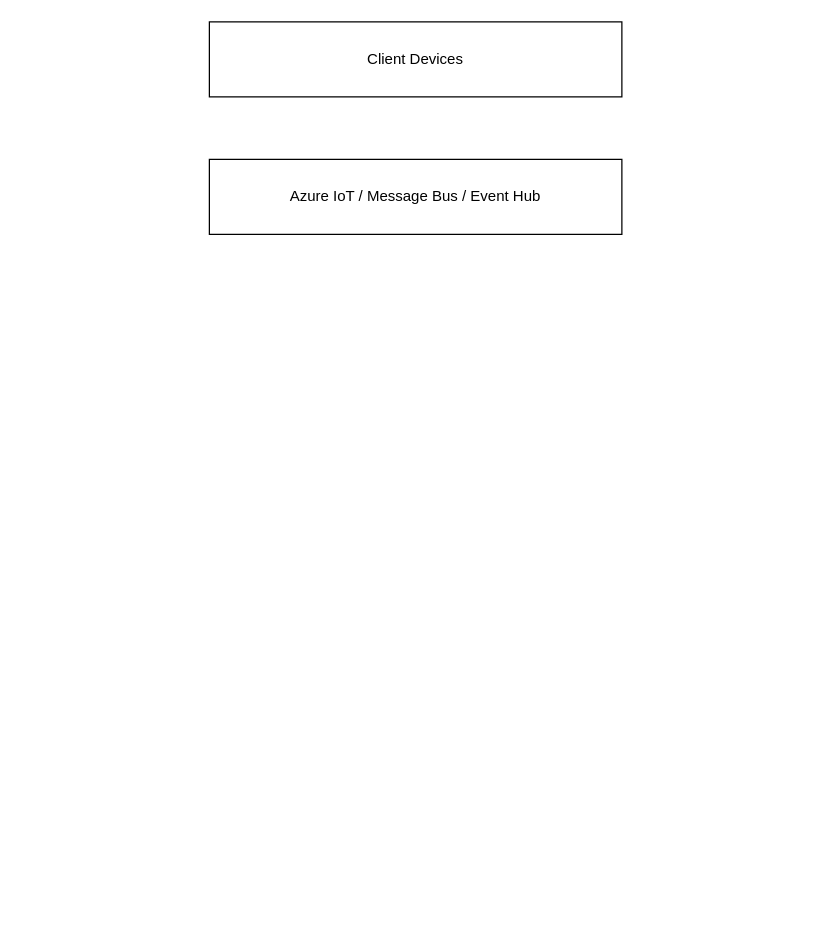
Above: 8917-assignment.drawio in fatcong2023/draw (draw.io), before the change. Source tidied: cells renumbered, new cells numbered last; positions are measured from the earlier drawing's top-left corner, leaving out a move shared by most shapes. Both pictures are drawn from the tidied source at 125%, with x=0, y=0 at pixel (209, 21).
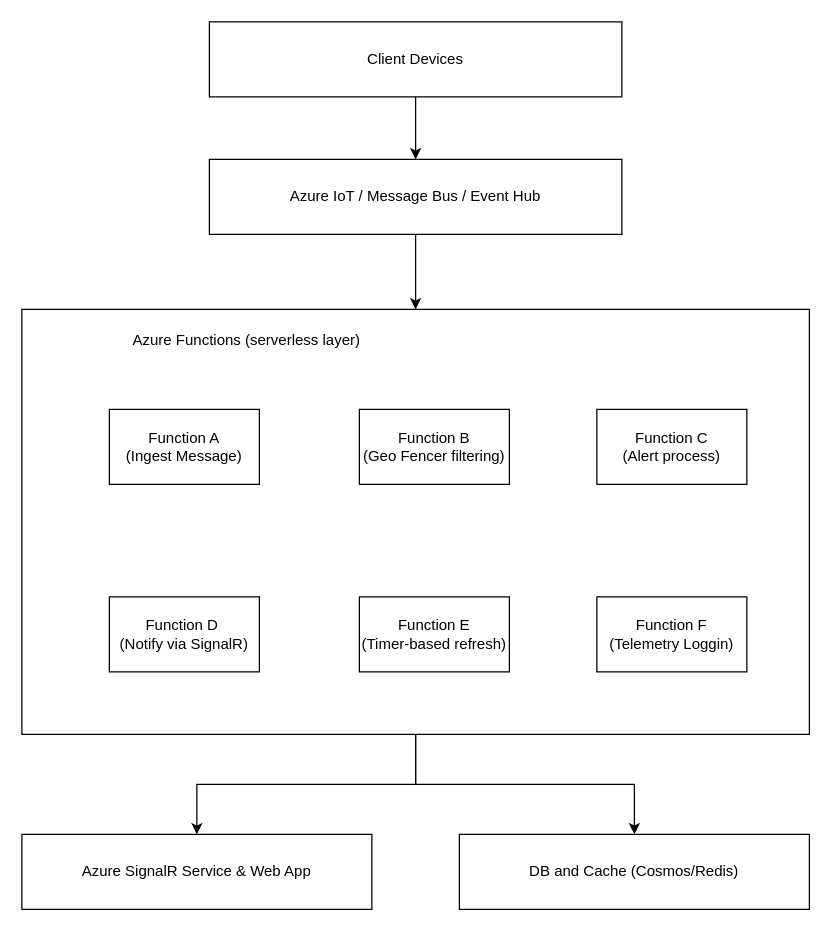
The same diagram, later.

Diff of the diagram source:
```diff
@@
 <mxGraphModel>
   <root>
     <mxCell id="0" />
     <mxCell id="1" parent="0" />
+    <mxCell id="4" style="edgeStyle=orthogonalEdgeStyle;rounded=0;jettySize=auto;html=1;" parent="1" edge="1" source="2" target="3">
+      <mxGeometry relative="1" as="geometry" />
+    </mxCell>
     <mxCell id="2" value="Client Devices" style="rounded=0;whiteSpace=wrap;html=1;" parent="1" vertex="1">
       <mxGeometry width="330" height="60" as="geometry" />
     </mxCell>
+    <mxCell id="5" style="edgeStyle=orthogonalEdgeStyle;rounded=0;jettySize=auto;html=1;entryX=0.5;entryY=0;entryDx=0;entryDy=0;" parent="1" edge="1" source="3" target="8">
+      <mxGeometry relative="1" as="geometry" />
+    </mxCell>
     <mxCell id="3" value="Azure IoT / Message Bus / Event Hub" style="rounded=0;whiteSpace=wrap;html=1;" parent="1" vertex="1">
       <mxGeometry y="110" width="330" height="60" as="geometry" />
     </mxCell>
+    <mxCell id="6" style="edgeStyle=orthogonalEdgeStyle;rounded=0;jettySize=auto;html=1;" parent="1" edge="1" source="8" target="16">
+      <mxGeometry relative="1" as="geometry" />
+    </mxCell>
+    <mxCell id="7" style="edgeStyle=orthogonalEdgeStyle;rounded=0;jettySize=auto;html=1;" parent="1" edge="1" source="8" target="17">
+      <mxGeometry relative="1" as="geometry" />
+    </mxCell>
+    <mxCell id="8" style="rounded=0;whiteSpace=wrap;html=1;" parent="1" vertex="1">
+      <mxGeometry x="-150" y="230" width="630" height="340" as="geometry" />
+    </mxCell>
+    <mxCell id="9" value="Function A&lt;div&gt;(Ingest Message)&lt;/div&gt;" style="rounded=0;whiteSpace=wrap;html=1;" parent="1" vertex="1">
+      <mxGeometry x="-80" y="310" width="120" height="60" as="geometry" />
+    </mxCell>
+    <mxCell id="10" value="Azure Functions (serverless layer)" style="text;html=1;align=center;verticalAlign=middle;whiteSpace=wrap;rounded=0;" parent="1" vertex="1">
+      <mxGeometry x="-80" y="240" width="220" height="30" as="geometry" />
+    </mxCell>
+    <mxCell id="11" value="Function B&lt;div&gt;(Geo Fencer filtering)&lt;/div&gt;" style="rounded=0;whiteSpace=wrap;html=1;" parent="1" vertex="1">
+      <mxGeometry x="120" y="310" width="120" height="60" as="geometry" />
+    </mxCell>
+    <mxCell id="12" value="Function C&lt;br&gt;(Alert process)" style="rounded=0;whiteSpace=wrap;html=1;" parent="1" vertex="1">
+      <mxGeometry x="310" y="310" width="120" height="60" as="geometry" />
+    </mxCell>
+    <mxCell id="13" value="Function D&amp;nbsp;&lt;div&gt;(Notify via SignalR)&lt;/div&gt;" style="rounded=0;whiteSpace=wrap;html=1;" parent="1" vertex="1">
+      <mxGeometry x="-80" y="460" width="120" height="60" as="geometry" />
+    </mxCell>
+    <mxCell id="14" value="Function E&lt;div&gt;(Timer-based refresh)&lt;/div&gt;" style="rounded=0;whiteSpace=wrap;html=1;" parent="1" vertex="1">
+      <mxGeometry x="120" y="460" width="120" height="60" as="geometry" />
+    </mxCell>
+    <mxCell id="15" value="Function F&lt;div&gt;(Telemetry Loggin)&lt;/div&gt;" style="rounded=0;whiteSpace=wrap;html=1;" parent="1" vertex="1">
+      <mxGeometry x="310" y="460" width="120" height="60" as="geometry" />
+    </mxCell>
+    <mxCell id="16" value="Azure SignalR Service &amp;amp; Web App" style="rounded=0;whiteSpace=wrap;html=1;" parent="1" vertex="1">
+      <mxGeometry x="-150" y="650" width="280" height="60" as="geometry" />
+    </mxCell>
+    <mxCell id="17" value="DB and Cache (Cosmos/Redis)" style="rounded=0;whiteSpace=wrap;html=1;" parent="1" vertex="1">
+      <mxGeometry x="200" y="650" width="280" height="60" as="geometry" />
+    </mxCell>
   </root>
 </mxGraphModel>
```
